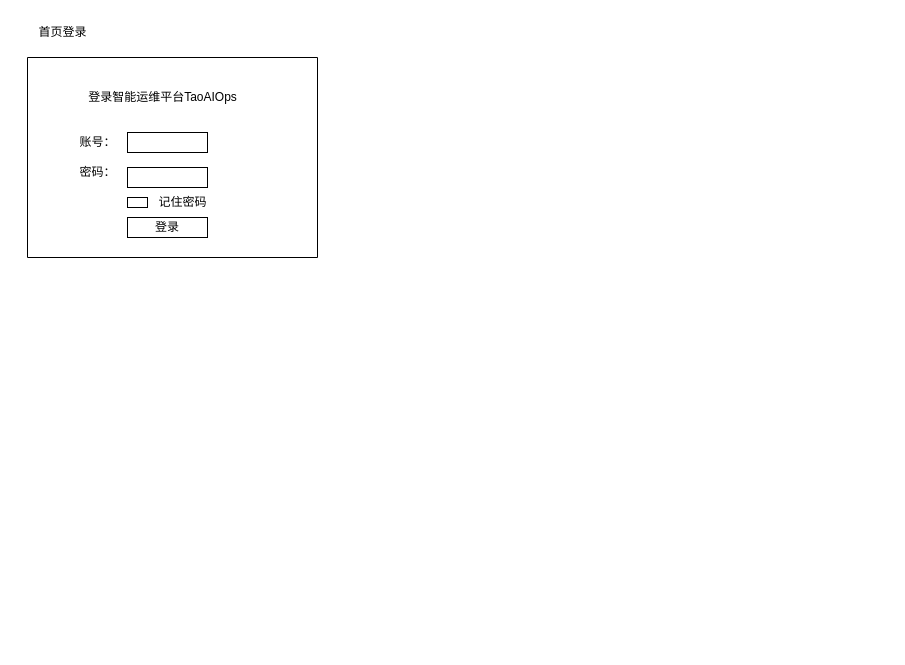
Above: 智能运维平台-产品原型-用户模块.drawio in yihezhou/diagrams (draw.io), before the change. Source tidied: cells renumbered, new cells numbered last; positions are measured from the earlier drawing's top-left corner, leaving out a move shared by most shapes. Both pictures are drawn from the tidied source at 100%, with x=0, y=0 at pixel (27, 17).
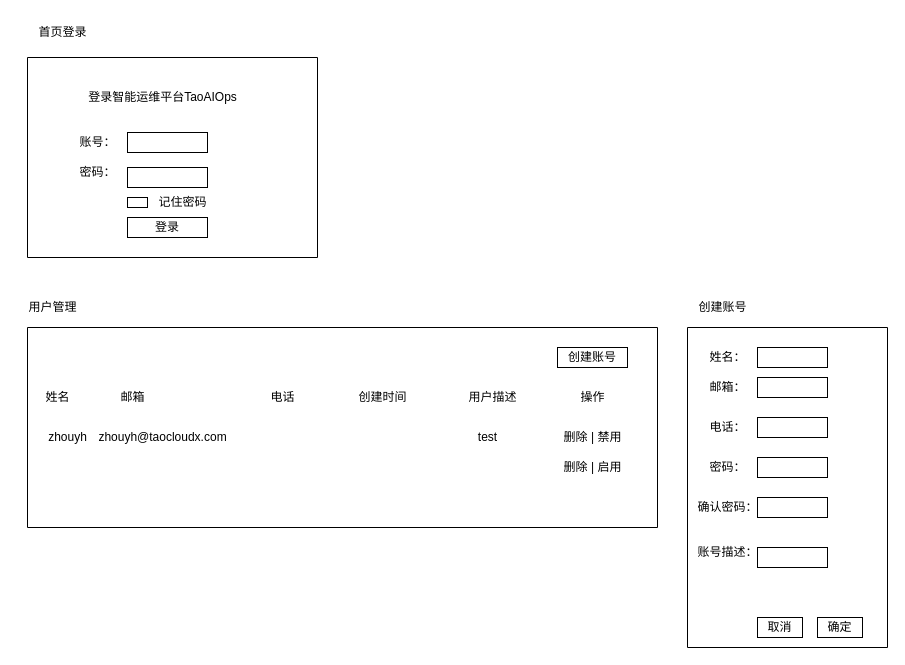
The same diagram, later.

Commit message (it also covers changes not shown here):
更新智能运维平台-产品原型-用户模块.drawio

What changed in the source:
```diff
@@
+    <mxCell id="12" style="swimlane;startSize=0;" parent="1" vertex="1">
+      <mxGeometry y="310" width="630" height="200" as="geometry" />
+    </mxCell>
+    <mxCell id="13" value="创建账号" style="rounded=0;whiteSpace=wrap;html=1;" parent="12" vertex="1">
+      <mxGeometry x="530" y="20" width="70" height="20" as="geometry" />
+    </mxCell>
+    <mxCell id="14" value="邮箱" style="text;html=1;align=center;verticalAlign=middle;strokeColor=none;fillColor=none;" parent="12" vertex="1">
+      <mxGeometry x="80" y="55" width="50" height="30" as="geometry" />
+    </mxCell>
+    <mxCell id="15" value="电话" style="text;html=1;align=center;verticalAlign=middle;strokeColor=none;fillColor=none;" parent="12" vertex="1">
+      <mxGeometry x="230" y="55" width="50" height="30" as="geometry" />
+    </mxCell>
+    <mxCell id="16" value="创建时间" style="text;html=1;align=center;verticalAlign=middle;strokeColor=none;fillColor=none;" parent="12" vertex="1">
+      <mxGeometry x="320" y="55" width="70" height="30" as="geometry" />
+    </mxCell>
+    <mxCell id="17" value="用户描述" style="text;html=1;align=center;verticalAlign=middle;strokeColor=none;fillColor=none;" parent="12" vertex="1">
+      <mxGeometry x="430" y="55" width="70" height="30" as="geometry" />
+    </mxCell>
+    <mxCell id="18" value="操作" style="text;html=1;align=center;verticalAlign=middle;strokeColor=none;fillColor=none;" parent="12" vertex="1">
+      <mxGeometry x="540" y="55" width="50" height="30" as="geometry" />
+    </mxCell>
+    <mxCell id="19" value="zhouyh@taocloudx.com" style="text;html=1;align=center;verticalAlign=middle;strokeColor=none;fillColor=none;" parent="12" vertex="1">
+      <mxGeometry x="60" y="95" width="150" height="30" as="geometry" />
+    </mxCell>
+    <mxCell id="20" value="test" style="text;html=1;align=center;verticalAlign=middle;strokeColor=none;fillColor=none;" parent="12" vertex="1">
+      <mxGeometry x="440" y="95" width="40" height="30" as="geometry" />
+    </mxCell>
+    <mxCell id="21" value="删除 | 禁用" style="text;html=1;align=center;verticalAlign=middle;strokeColor=none;fillColor=none;" parent="12" vertex="1">
+      <mxGeometry x="525" y="95" width="80" height="30" as="geometry" />
+    </mxCell>
+    <mxCell id="22" value="删除 | 启用" style="text;html=1;align=center;verticalAlign=middle;strokeColor=none;fillColor=none;" parent="12" vertex="1">
+      <mxGeometry x="525" y="125" width="80" height="30" as="geometry" />
+    </mxCell>
+    <mxCell id="23" value="用户管理" style="text;html=1;align=center;verticalAlign=middle;strokeColor=none;fillColor=none;" parent="1" vertex="1">
+      <mxGeometry x="-10" y="275" width="70" height="30" as="geometry" />
+    </mxCell>
+    <mxCell id="24" style="swimlane;startSize=0;" parent="1" vertex="1">
+      <mxGeometry x="660" y="310" width="200" height="320" as="geometry" />
+    </mxCell>
+    <mxCell id="25" style="rounded=0;whiteSpace=wrap;html=1;" parent="24" vertex="1">
+      <mxGeometry x="70" y="20" width="70" height="20" as="geometry" />
+    </mxCell>
+    <mxCell id="26" value="邮箱：" style="text;html=1;align=center;verticalAlign=middle;strokeColor=none;fillColor=none;" parent="24" vertex="1">
+      <mxGeometry x="10" y="45" width="60" height="30" as="geometry" />
+    </mxCell>
+    <mxCell id="27" style="rounded=0;whiteSpace=wrap;html=1;" parent="24" vertex="1">
+      <mxGeometry x="70" y="50" width="70" height="20" as="geometry" />
+    </mxCell>
+    <mxCell id="28" style="rounded=0;whiteSpace=wrap;html=1;" parent="24" vertex="1">
+      <mxGeometry x="70" y="90" width="70" height="20" as="geometry" />
+    </mxCell>
+    <mxCell id="29" value="电话：" style="text;html=1;align=center;verticalAlign=middle;strokeColor=none;fillColor=none;" parent="24" vertex="1">
+      <mxGeometry x="10" y="85" width="60" height="30" as="geometry" />
+    </mxCell>
+    <mxCell id="30" value="密码：" style="text;html=1;align=center;verticalAlign=middle;strokeColor=none;fillColor=none;" parent="24" vertex="1">
+      <mxGeometry x="10" y="125" width="60" height="30" as="geometry" />
+    </mxCell>
+    <mxCell id="31" style="rounded=0;whiteSpace=wrap;html=1;" parent="24" vertex="1">
+      <mxGeometry x="70" y="130" width="70" height="20" as="geometry" />
+    </mxCell>
+    <mxCell id="32" style="rounded=0;whiteSpace=wrap;html=1;" parent="24" vertex="1">
+      <mxGeometry x="70" y="170" width="70" height="20" as="geometry" />
+    </mxCell>
+    <mxCell id="33" value="确认密码：" style="text;html=1;align=center;verticalAlign=middle;strokeColor=none;fillColor=none;" parent="24" vertex="1">
+      <mxGeometry y="165" width="80" height="30" as="geometry" />
+    </mxCell>
+    <mxCell id="34" value="账号描述：" style="text;html=1;align=center;verticalAlign=middle;strokeColor=none;fillColor=none;" parent="24" vertex="1">
+      <mxGeometry y="210" width="80" height="30" as="geometry" />
+    </mxCell>
+    <mxCell id="35" style="rounded=0;whiteSpace=wrap;html=1;" parent="24" vertex="1">
+      <mxGeometry x="70" y="220" width="70" height="20" as="geometry" />
+    </mxCell>
+    <mxCell id="36" value="取消" style="rounded=0;whiteSpace=wrap;html=1;" parent="24" vertex="1">
+      <mxGeometry x="70" y="290" width="45" height="20" as="geometry" />
+    </mxCell>
+    <mxCell id="37" value="确定" style="rounded=0;whiteSpace=wrap;html=1;" parent="24" vertex="1">
+      <mxGeometry x="130" y="290" width="45" height="20" as="geometry" />
+    </mxCell>
+    <mxCell id="38" value="创建账号" style="text;html=1;align=center;verticalAlign=middle;strokeColor=none;fillColor=none;" parent="1" vertex="1">
+      <mxGeometry x="660" y="275" width="70" height="30" as="geometry" />
+    </mxCell>
+    <mxCell id="39" value="姓名：" style="text;html=1;align=center;verticalAlign=middle;strokeColor=none;fillColor=none;" parent="1" vertex="1">
+      <mxGeometry x="670" y="325" width="60" height="30" as="geometry" />
+    </mxCell>
+    <mxCell id="40" value="姓名" style="text;html=1;align=center;verticalAlign=middle;strokeColor=none;fillColor=none;" parent="1" vertex="1">
+      <mxGeometry x="5" y="365" width="50" height="30" as="geometry" />
+    </mxCell>
+    <mxCell id="41" value="zhouyh" style="text;html=1;align=center;verticalAlign=middle;strokeColor=none;fillColor=none;" parent="1" vertex="1">
+      <mxGeometry x="10" y="405" width="60" height="30" as="geometry" />
+    </mxCell>
```
